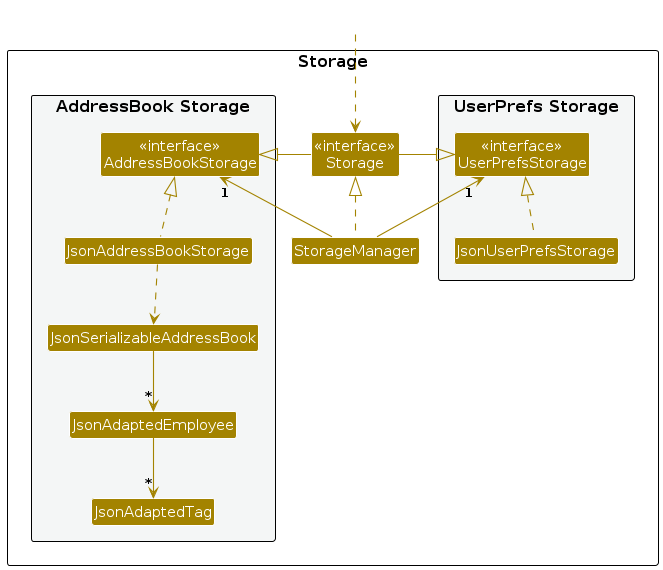
This is docs/images/StorageClassDiagram.png from nus-cs2103-AY2425S1/tp, a PlantUML export, as it was before one commit.
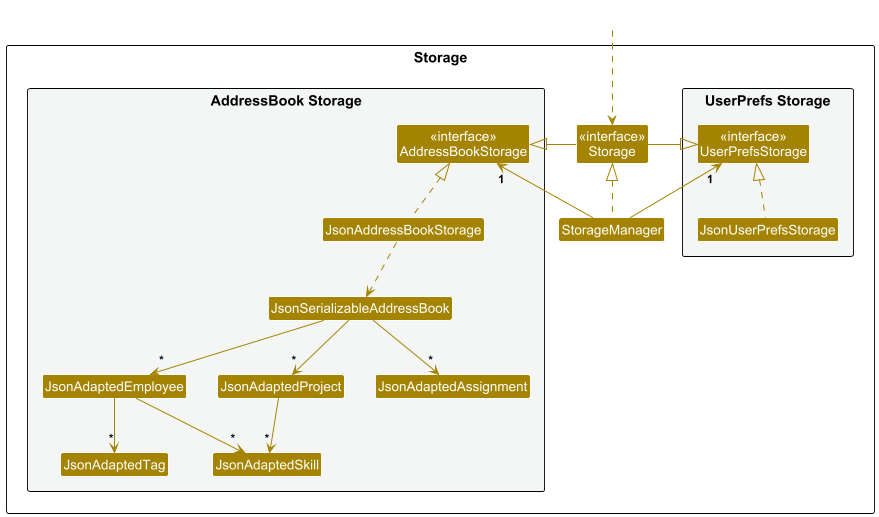
Above is the later version.

The edit, as a diff of the source:
```diff
@@ -19,7 +19,10 @@
 Class JsonAddressBookStorage
 Class JsonSerializableAddressBook
 Class JsonAdaptedEmployee
+Class JsonAdaptedProject
+Class JsonAdaptedAssignment
 Class JsonAdaptedTag
+Class JsonAdaptedSkill
 }
 
 }
@@ -39,5 +42,9 @@
 JsonAddressBookStorage ..> JsonSerializableAddressBook
 JsonSerializableAddressBook --> "*" JsonAdaptedEmployee
 JsonAdaptedEmployee --> "*" JsonAdaptedTag
+JsonAdaptedEmployee --> "*" JsonAdaptedSkill
+JsonSerializableAddressBook --> "*" JsonAdaptedProject
+JsonAdaptedProject --> "*" JsonAdaptedSkill
+JsonSerializableAddressBook --> "*" JsonAdaptedAssignment
 
 @enduml
```
